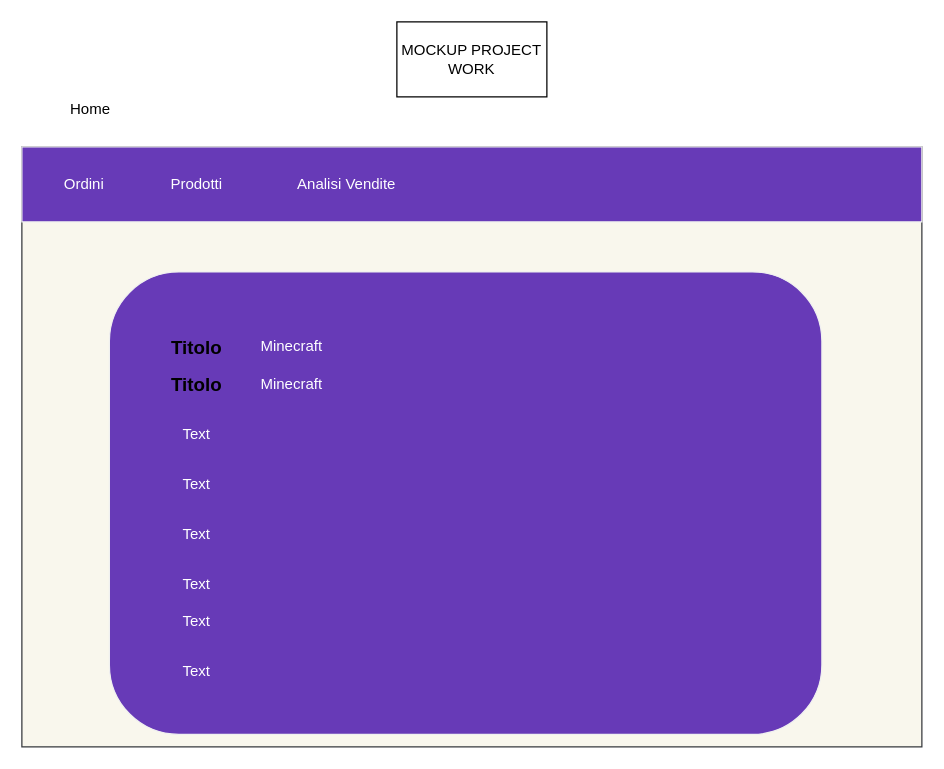
This is page "Order Details" (3 of 7) of Mockup PJ.drawio from ITSPisaniM/Gruppo3CPSS, a draw.io file, before an edit. Source tidied: cells renumbered, new cells numbered last; positions are measured from the earlier drawing's top-left corner, leaving out a move shared by most shapes. Both pictures are drawn from the tidied source at 125%, with x=0, y=0 at pixel (21, 21).
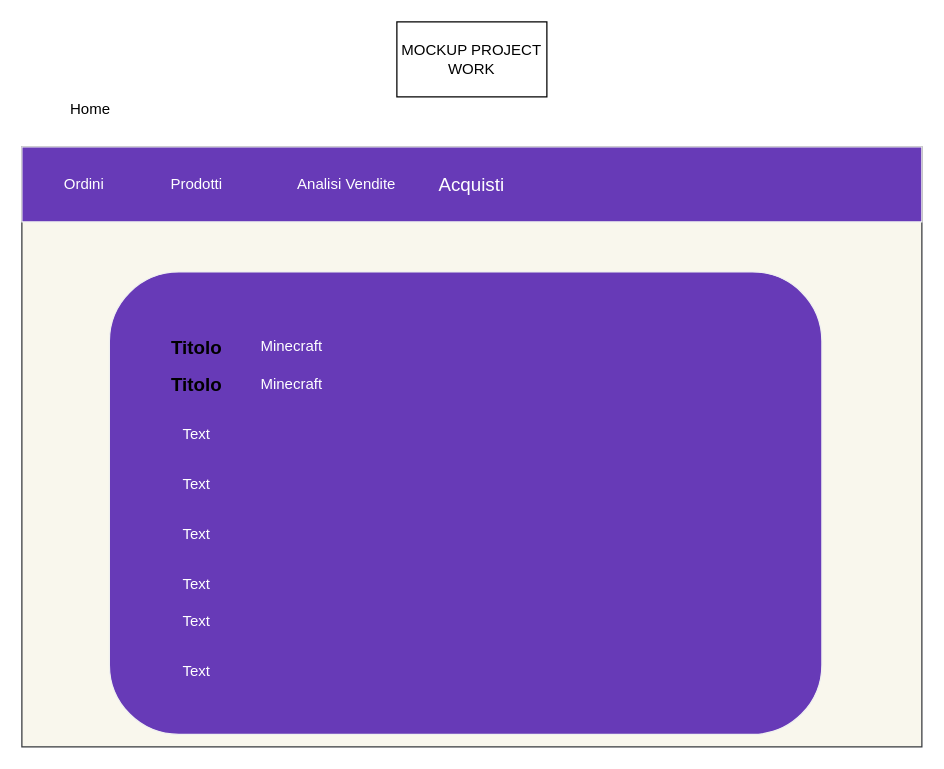
Above is the later version.

Change to the diagram source:
```diff
@@
+    <mxCell id="20" value="Acquisti" style="text;html=1;strokeColor=none;fillColor=none;align=center;verticalAlign=middle;whiteSpace=wrap;rounded=0;fontSize=15;fontColor=#FFFFFF;" parent="1" vertex="1">
+      <mxGeometry x="340" y="120" width="40" height="20" as="geometry" />
+    </mxCell>
```
